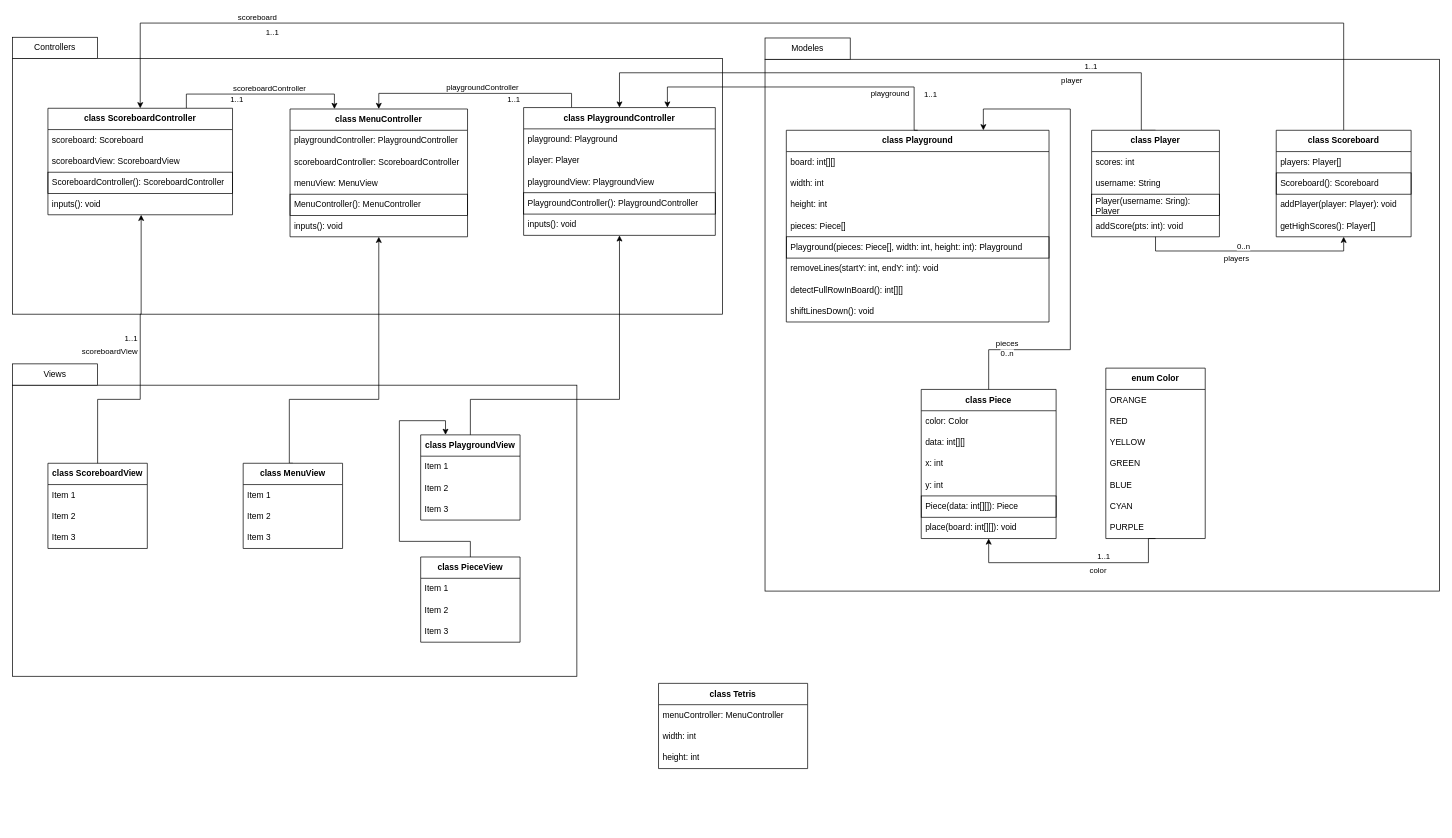
This is UML.drawio from ESEO-School-project/Tetris, a draw.io file, before an edit. Source tidied: cells renumbered, new cells numbered last; positions are measured from the earlier drawing's top-left corner, leaving out a move shared by most shapes. Both pictures are drawn from the tidied source at 71%, with x=0, y=0 at pixel (12, 23).
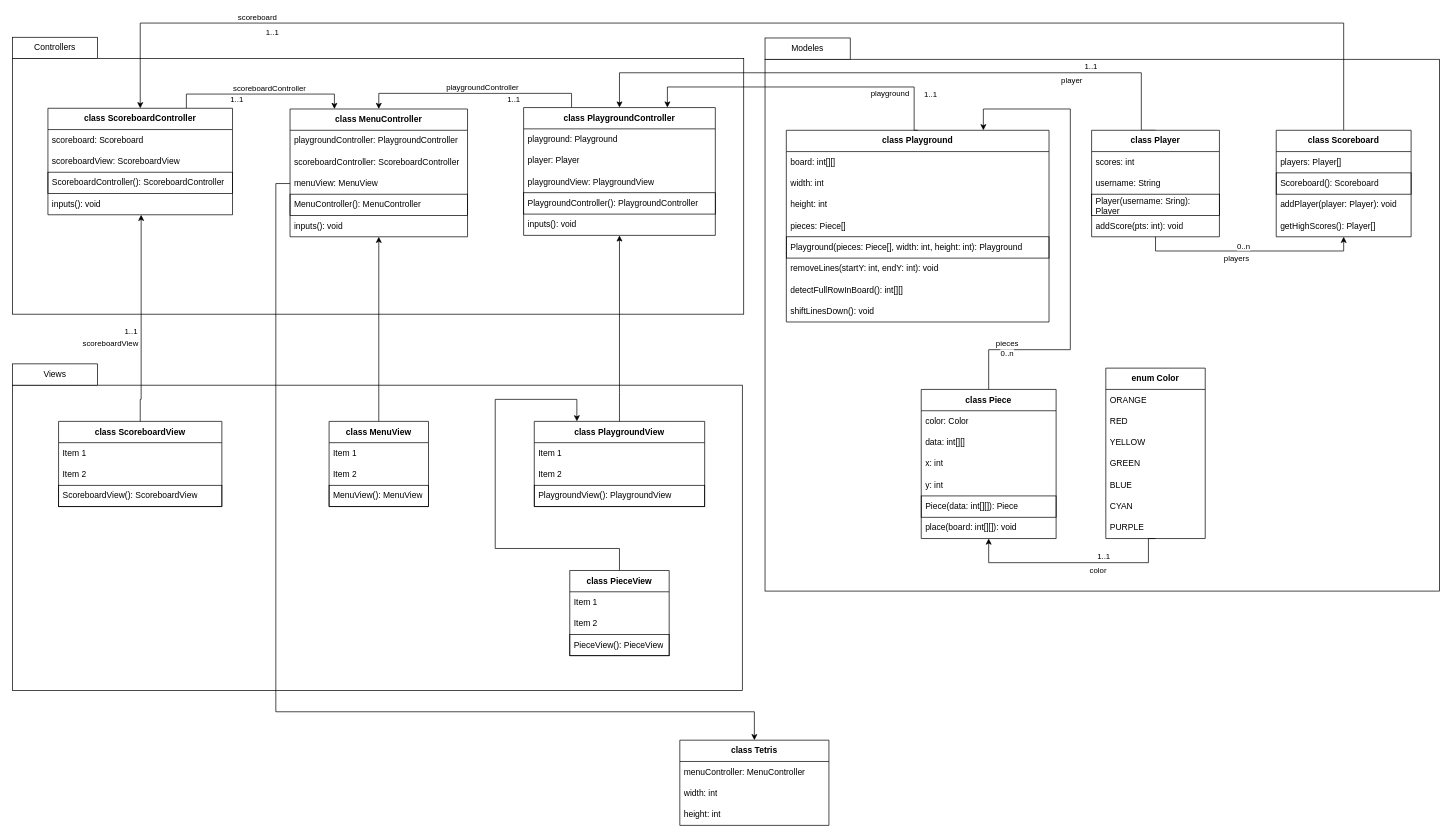
After the change.

Commit message (it also covers changes not shown here):
Mettre à jour UML.drawio

Unchanged cells that the change refers to:
```xml
<mxCell id="7" value="&lt;div&gt;&lt;b&gt;class PlaygroundController&lt;/b&gt;&lt;/div&gt;" style="swimlane;fontStyle=0;horizontal=1;startSize=30;whiteSpace=wrap;html=1;" parent="1" vertex="1">
  <mxGeometry x="720" y="119" width="270" height="180" as="geometry" />
</mxCell>
<mxCell id="83" value="&lt;b&gt;class MenuController&lt;/b&gt;" style="swimlane;fontStyle=0;horizontal=1;startSize=30;whiteSpace=wrap;html=1;" parent="1" vertex="1">
  <mxGeometry x="391" y="121" width="250" height="180" as="geometry" />
</mxCell>
<mxCell id="86" value="menuView: MenuView" style="text;strokeColor=none;fillColor=none;align=left;verticalAlign=middle;spacingLeft=4;spacingRight=4;overflow=hidden;points=[[0,0.5],[1,0.5]];portConstraint=eastwest;whiteSpace=wrap;html=1;" parent="83" vertex="1">
  <mxGeometry y="90" width="250" height="30" as="geometry" />
</mxCell>
<mxCell id="105" value="inputs(): void" style="text;strokeColor=none;fillColor=none;align=left;verticalAlign=middle;spacingLeft=4;spacingRight=4;overflow=hidden;points=[[0,0.5],[1,0.5]];portConstraint=eastwest;whiteSpace=wrap;html=1;" parent="101" vertex="1">
  <mxGeometry y="120" width="260" height="30" as="geometry" />
</mxCell>
```

Change to the diagram source:
```diff
@@
     <mxCell id="2" style="rounded=0;whiteSpace=wrap;html=1;" parent="1" vertex="1">
-      <mxGeometry y="50" width="1000" height="360" as="geometry" />
+      <mxGeometry y="50" width="1030" height="360" as="geometry" />
     </mxCell>
@@
     <mxCell id="59" style="rounded=0;whiteSpace=wrap;html=1;" parent="1" vertex="1">
-      <mxGeometry y="510" width="795" height="410" as="geometry" />
+      <mxGeometry y="510" width="1028" height="430" as="geometry" />
     </mxCell>
@@
     <mxCell id="61" style="edgeStyle=orthogonalEdgeStyle;rounded=0;jettySize=auto;html=1;exitX=0.5;exitY=0;exitDx=0;exitDy=0;entryX=0.25;entryY=0;entryDx=0;entryDy=0;" parent="1" edge="1" source="62" target="66">
       <mxGeometry relative="1" as="geometry">
         <Array as="points">
-          <mxPoint x="645" y="730" />
-          <mxPoint x="545" y="730" />
-          <mxPoint x="545" y="560" />
-          <mxPoint x="610" y="560" />
+          <mxPoint x="855" y="740" />
+          <mxPoint x="680" y="740" />
+          <mxPoint x="680" y="530" />
+          <mxPoint x="795" y="530" />
         </Array>
       </mxGeometry>
     </mxCell>
     <mxCell id="62" value="&lt;b&gt;class PieceView&lt;/b&gt;" style="swimlane;fontStyle=0;horizontal=1;startSize=30;whiteSpace=wrap;html=1;" parent="1" vertex="1">
-      <mxGeometry x="575" y="752" width="140" height="120" as="geometry" />
+      <mxGeometry x="785" y="771" width="140" height="120" as="geometry" />
     </mxCell>
@@
-    <mxCell id="65" value="Item 3" style="text;strokeColor=none;fillColor=none;align=left;verticalAlign=middle;spacingLeft=4;spacingRight=4;overflow=hidden;whiteSpace=wrap;html=1;" parent="62" vertex="1">
+    <mxCell id="65" value="PieceView(): PieceView" style="text;strokeColor=default;fillColor=none;align=left;verticalAlign=middle;spacingLeft=4;spacingRight=4;overflow=hidden;whiteSpace=wrap;html=1;" parent="62" vertex="1">
       <mxGeometry y="90" width="140" height="30" as="geometry" />
     </mxCell>
     <mxCell id="66" value="&lt;b&gt;class PlaygroundView&lt;/b&gt;" style="swimlane;fontStyle=0;horizontal=1;startSize=30;whiteSpace=wrap;html=1;" parent="1" vertex="1">
-      <mxGeometry x="575" y="580" width="140" height="120" as="geometry" />
+      <mxGeometry x="735" y="561" width="240" height="120" as="geometry" />
     </mxCell>
     <mxCell id="67" value="Item 1" style="text;strokeColor=none;fillColor=none;align=left;verticalAlign=middle;spacingLeft=4;spacingRight=4;overflow=hidden;whiteSpace=wrap;html=1;" parent="66" vertex="1">
-      <mxGeometry y="30" width="140" height="30" as="geometry" />
+      <mxGeometry y="30" width="240" height="30" as="geometry" />
     </mxCell>
     <mxCell id="68" value="Item 2" style="text;strokeColor=none;fillColor=none;align=left;verticalAlign=middle;spacingLeft=4;spacingRight=4;overflow=hidden;whiteSpace=wrap;html=1;" parent="66" vertex="1">
-      <mxGeometry y="60" width="140" height="30" as="geometry" />
+      <mxGeometry y="60" width="240" height="30" as="geometry" />
     </mxCell>
-    <mxCell id="69" value="Item 3" style="text;strokeColor=none;fillColor=none;align=left;verticalAlign=middle;spacingLeft=4;spacingRight=4;overflow=hidden;whiteSpace=wrap;html=1;" parent="66" vertex="1">
-      <mxGeometry y="90" width="140" height="30" as="geometry" />
+    <mxCell id="69" value="PlaygroundView(): PlaygroundView" style="text;strokeColor=default;fillColor=none;align=left;verticalAlign=middle;spacingLeft=4;spacingRight=4;overflow=hidden;whiteSpace=wrap;html=1;" parent="66" vertex="1">
+      <mxGeometry y="90" width="240" height="30" as="geometry" />
     </mxCell>
     <mxCell id="70" value="&lt;b&gt;class Tetris&lt;/b&gt;" style="swimlane;fontStyle=0;horizontal=1;startSize=30;whiteSpace=wrap;html=1;" parent="1" vertex="1">
-      <mxGeometry x="910" y="930" width="210" height="120" as="geometry" />
+      <mxGeometry x="940" y="1010" width="210" height="120" as="geometry" />
     </mxCell>
@@
     <mxCell id="74" style="edgeStyle=orthogonalEdgeStyle;rounded=0;jettySize=auto;html=1;exitX=0.5;exitY=0;exitDx=0;exitDy=0;entryX=0.5;entryY=1;entryDx=0;entryDy=0;" parent="1" edge="1" source="66" target="7">
       <mxGeometry relative="1" as="geometry">
         <Array as="points">
-          <mxPoint x="645" y="530" />
-          <mxPoint x="855" y="530" />
+          <mxPoint x="855" y="520" />
+          <mxPoint x="855" y="520" />
         </Array>
       </mxGeometry>
     </mxCell>
@@
     <mxCell id="89" style="edgeStyle=orthogonalEdgeStyle;rounded=0;jettySize=auto;html=1;exitX=0.5;exitY=0;exitDx=0;exitDy=0;entryX=0.5;entryY=1;entryDx=0;entryDy=0;" parent="1" edge="1" source="90" target="83">
       <mxGeometry relative="1" as="geometry">
         <Array as="points">
-          <mxPoint x="390" y="620" />
-          <mxPoint x="390" y="530" />
-          <mxPoint x="516" y="530" />
+          <mxPoint x="516" y="370" />
+          <mxPoint x="516" y="370" />
         </Array>
       </mxGeometry>
     </mxCell>
     <mxCell id="90" value="&lt;b&gt;class MenuView&lt;/b&gt;" style="swimlane;fontStyle=0;horizontal=1;startSize=30;whiteSpace=wrap;html=1;" parent="1" vertex="1">
-      <mxGeometry x="325" y="620" width="140" height="120" as="geometry" />
+      <mxGeometry x="446" y="561" width="140" height="120" as="geometry" />
     </mxCell>
@@
-    <mxCell id="93" value="Item 3" style="text;strokeColor=none;fillColor=none;align=left;verticalAlign=middle;spacingLeft=4;spacingRight=4;overflow=hidden;whiteSpace=wrap;html=1;" parent="90" vertex="1">
+    <mxCell id="93" value="MenuView(): MenuView" style="text;strokeColor=default;fillColor=none;align=left;verticalAlign=middle;spacingLeft=4;spacingRight=4;overflow=hidden;whiteSpace=wrap;html=1;" parent="90" vertex="1">
       <mxGeometry y="90" width="140" height="30" as="geometry" />
     </mxCell>
     <mxCell id="94" value="&lt;b&gt;class ScoreboardView&lt;/b&gt;" style="swimlane;fontStyle=0;horizontal=1;startSize=30;whiteSpace=wrap;html=1;" parent="1" vertex="1">
-      <mxGeometry x="50" y="620" width="140" height="120" as="geometry" />
+      <mxGeometry x="65" y="561" width="230" height="120" as="geometry" />
     </mxCell>
     <mxCell id="95" value="Item 1" style="text;strokeColor=none;fillColor=none;align=left;verticalAlign=middle;spacingLeft=4;spacingRight=4;overflow=hidden;whiteSpace=wrap;html=1;" parent="94" vertex="1">
-      <mxGeometry y="30" width="140" height="30" as="geometry" />
+      <mxGeometry y="30" width="230" height="30" as="geometry" />
     </mxCell>
     <mxCell id="96" value="Item 2" style="text;strokeColor=none;fillColor=none;align=left;verticalAlign=middle;spacingLeft=4;spacingRight=4;overflow=hidden;whiteSpace=wrap;html=1;" parent="94" vertex="1">
-      <mxGeometry y="60" width="140" height="30" as="geometry" />
+      <mxGeometry y="60" width="230" height="30" as="geometry" />
     </mxCell>
-    <mxCell id="97" value="Item 3" style="text;strokeColor=none;fillColor=none;align=left;verticalAlign=middle;spacingLeft=4;spacingRight=4;overflow=hidden;whiteSpace=wrap;html=1;" parent="94" vertex="1">
-      <mxGeometry y="90" width="140" height="30" as="geometry" />
+    <mxCell id="97" value="ScoreboardView(): ScoreboardView" style="text;strokeColor=default;fillColor=none;align=left;verticalAlign=middle;spacingLeft=4;spacingRight=4;overflow=hidden;whiteSpace=wrap;html=1;" parent="94" vertex="1">
+      <mxGeometry y="90" width="230" height="30" as="geometry" />
     </mxCell>
@@
     <mxCell id="106" style="edgeStyle=orthogonalEdgeStyle;rounded=0;jettySize=auto;html=1;exitX=0.5;exitY=0;exitDx=0;exitDy=0;entryX=0.505;entryY=1.002;entryDx=0;entryDy=0;entryPerimeter=0;" parent="1" edge="1" source="94" target="105">
       <mxGeometry relative="1" as="geometry">
         <Array as="points">
-          <mxPoint x="120" y="530" />
-          <mxPoint x="180" y="530" />
-          <mxPoint x="180" y="410" />
+          <mxPoint x="181" y="530" />
         </Array>
       </mxGeometry>
     </mxCell>
     <mxCell id="107" value="1..1" style="edgeLabel;html=1;align=center;verticalAlign=middle;" parent="106" vertex="1">
       <mxGeometry x="0.47" relative="1" as="geometry">
-        <mxPoint x="-15" y="64" as="offset" />
+        <mxPoint x="-15" y="86" as="offset" />
       </mxGeometry>
     </mxCell>
     <mxCell id="108" value="scoreboardView" style="edgeLabel;html=1;align=center;verticalAlign=middle;" parent="106" vertex="1">
       <mxGeometry x="0.26" y="5" relative="1" as="geometry">
-        <mxPoint x="-39" y="40" as="offset" />
+        <mxPoint x="-39" y="72" as="offset" />
       </mxGeometry>
     </mxCell>
+    <mxCell id="109" style="edgeStyle=orthogonalEdgeStyle;rounded=0;jettySize=auto;html=1;exitX=0;exitY=0.5;exitDx=0;exitDy=0;entryX=0.5;entryY=0;entryDx=0;entryDy=0;" parent="1" edge="1" source="86" target="70">
+      <mxGeometry relative="1" as="geometry">
+        <Array as="points">
+          <mxPoint x="371" y="226" />
+          <mxPoint x="371" y="970" />
+          <mxPoint x="1045" y="970" />
+        </Array>
+      </mxGeometry>
+    </mxCell>
```
